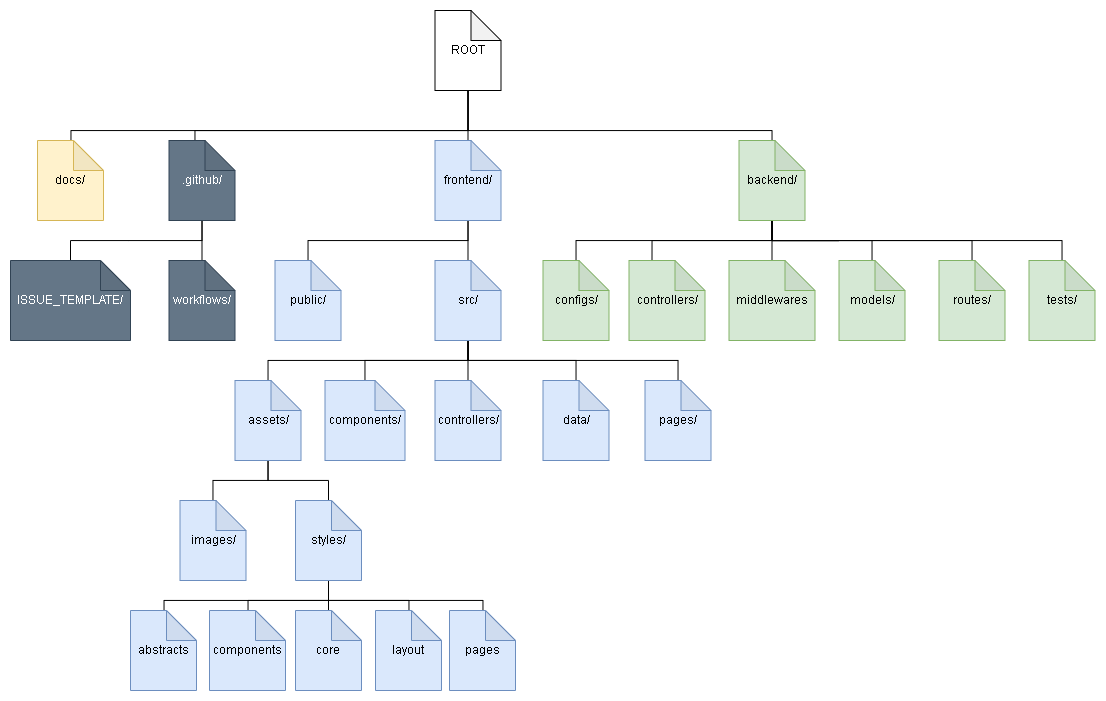
Above: docs/diagram/filestructure/FileStructurePVW.png in TommyRiquet/PVonWeb (draw.io), before the change. Source tidied: cells renumbered, new cells last; positions are measured from the earlier drawing's top-left corner, leaving out a move shared by most shapes.
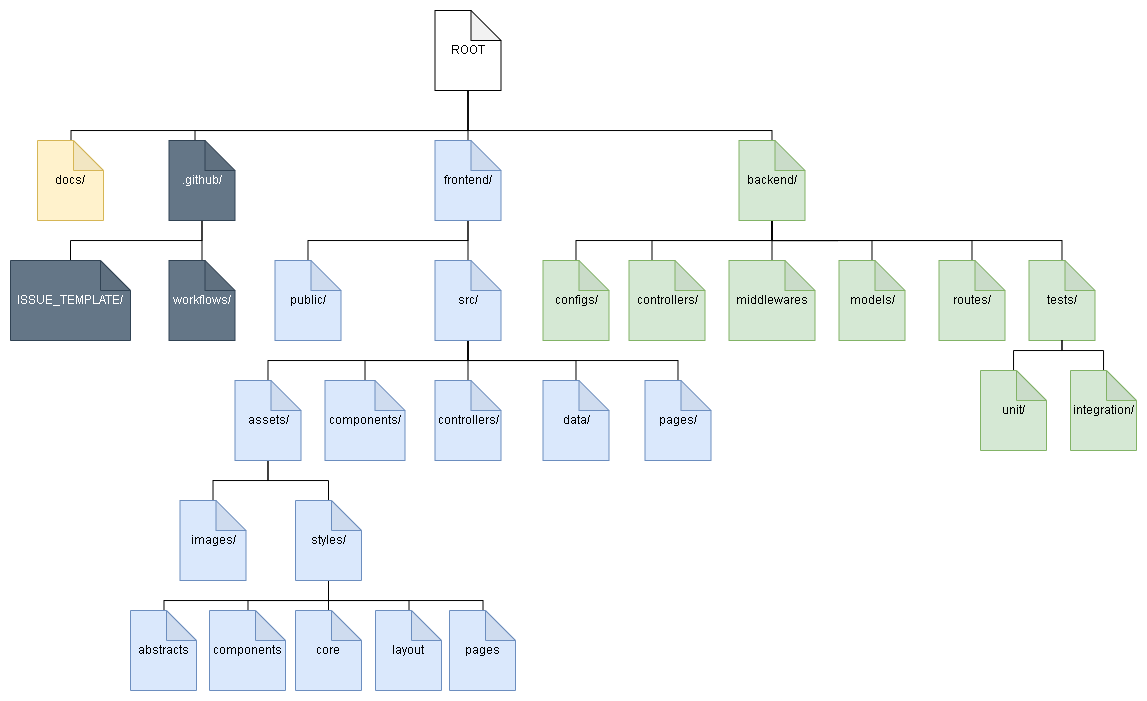
After the change.

Commit message:
docs(diagram): file structure backend test folder

Modification du schéma de la structure de fichiers pour y ajouter les
dossier unit et integration dans le dossier test du backend.

What changed in the source:
```diff
@@ -251,5 +251,17 @@
     <mxCell id="54" value="docs/" style="shape=note;whiteSpace=wrap;html=1;backgroundOutline=1;darkOpacity=0.05;fillColor=#fff2cc;strokeColor=#d6b656;" parent="1" vertex="1">
       <mxGeometry x="53" y="130" width="66" height="80" as="geometry" />
     </mxCell>
+    <mxCell id="55" style="edgeStyle=orthogonalEdgeStyle;rounded=0;jettySize=auto;html=1;endArrow=none;endFill=0;" parent="1" edge="1" source="56" target="38">
+      <mxGeometry relative="1" as="geometry" />
+    </mxCell>
+    <mxCell id="56" value="unit/" style="shape=note;whiteSpace=wrap;html=1;backgroundOutline=1;darkOpacity=0.05;fillColor=#d5e8d4;strokeColor=#82b366;" parent="1" vertex="1">
+      <mxGeometry x="996" y="360" width="66" height="80" as="geometry" />
+    </mxCell>
+    <mxCell id="57" style="edgeStyle=orthogonalEdgeStyle;rounded=0;jettySize=auto;html=1;endArrow=none;endFill=0;" parent="1" edge="1" source="58" target="38">
+      <mxGeometry relative="1" as="geometry" />
+    </mxCell>
+    <mxCell id="58" value="integration/" style="shape=note;whiteSpace=wrap;html=1;backgroundOutline=1;darkOpacity=0.05;fillColor=#d5e8d4;strokeColor=#82b366;" parent="1" vertex="1">
+      <mxGeometry x="1086" y="360" width="66" height="80" as="geometry" />
+    </mxCell>
   </root>
 </mxGraphModel>
```
